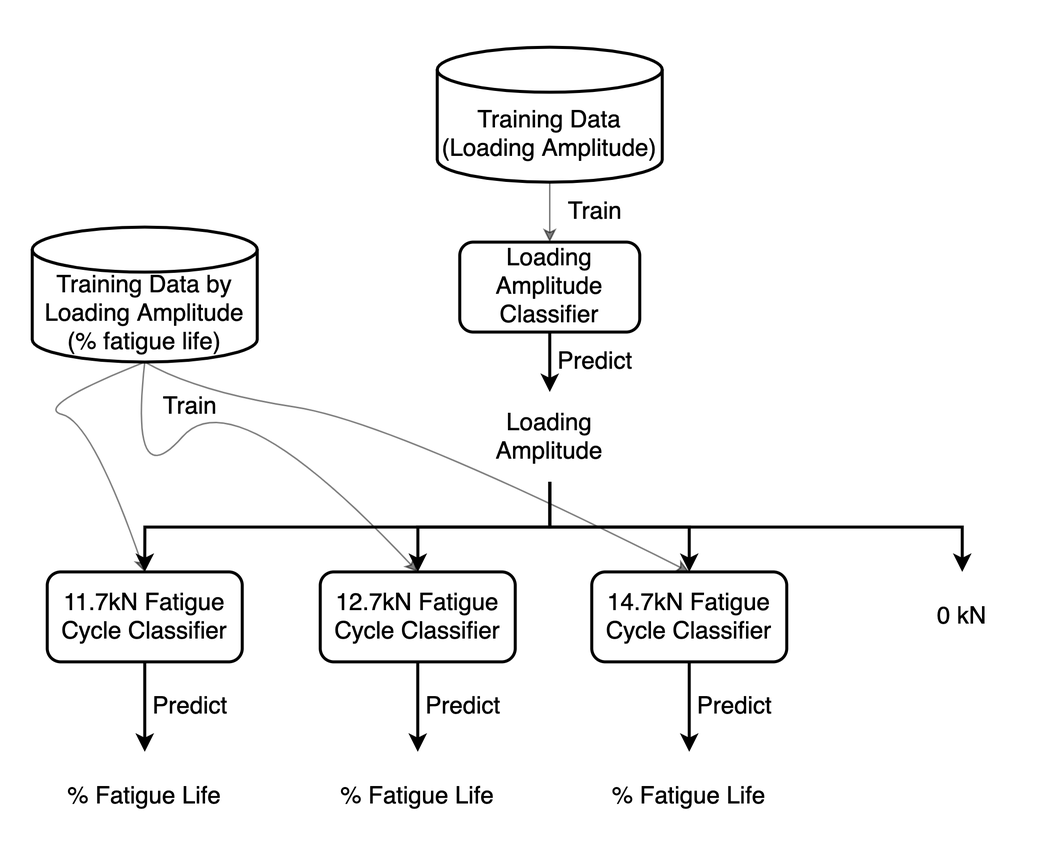
mhhsu2/min-ms-thesis keeps this draw.io diagram as fig/hierarchical_classifier.png. Above is the earlier version. Source tidied: cells renumbered, new cells last; positions are measured from the earlier drawing's top-left corner, leaving out a move shared by most shapes. Source of this version:
```xml
<mxGraphModel>
  <root>
    <mxCell id="0" />
    <mxCell id="1" parent="0" />
    <mxCell id="2" style="whiteSpace=wrap;html=1;rounded=0;dashed=1;fontSize=18;strokeWidth=2;fillColor=none;strokeColor=none;" parent="1" vertex="1">
      <mxGeometry width="670" height="560" as="geometry" />
    </mxCell>
    <mxCell id="3" style="edgeStyle=orthogonalEdgeStyle;rounded=0;jettySize=auto;html=1;fontSize=18;fontColor=#007FFF;strokeColor=#000000;strokeWidth=2;" parent="1" edge="1" source="4" target="27">
      <mxGeometry relative="1" as="geometry" />
    </mxCell>
    <mxCell id="4" value="&lt;span style=&quot;font-size: 16px&quot;&gt;12.7kN&amp;nbsp;&lt;/span&gt;&lt;span style=&quot;font-size: 16px&quot;&gt;Fatigue Cycle Classifier&lt;/span&gt;" style="whiteSpace=wrap;html=1;rounded=1;strokeWidth=2;" parent="1" vertex="1">
      <mxGeometry x="212" y="380" width="130" height="60" as="geometry" />
    </mxCell>
    <mxCell id="5" style="edgeStyle=orthogonalEdgeStyle;rounded=0;jettySize=auto;html=1;fontSize=18;fontColor=#007FFF;strokeColor=#000000;strokeWidth=2;" parent="1" edge="1" source="6" target="28">
      <mxGeometry relative="1" as="geometry" />
    </mxCell>
    <mxCell id="6" value="&lt;span style=&quot;font-size: 16px&quot;&gt;14.7kN&amp;nbsp;&lt;/span&gt;&lt;span style=&quot;font-size: 16px&quot;&gt;Fatigue Cycle Classifier&lt;/span&gt;" style="whiteSpace=wrap;html=1;rounded=1;strokeWidth=2;" parent="1" vertex="1">
      <mxGeometry x="393" y="380" width="130" height="60" as="geometry" />
    </mxCell>
    <mxCell id="7" style="edgeStyle=orthogonalEdgeStyle;rounded=0;jettySize=auto;html=1;fontSize=18;fontColor=#007FFF;strokeWidth=1;opacity=50;" parent="1" edge="1" source="8" target="10">
      <mxGeometry relative="1" as="geometry" />
    </mxCell>
    <mxCell id="8" value="&lt;font style=&quot;font-size: 16px&quot;&gt;Training Data&lt;br&gt;(Loading Amplitude)&lt;br&gt;&lt;/font&gt;" style="shape=cylinder3;whiteSpace=wrap;html=1;boundedLbl=1;backgroundOutline=1;size=15;strokeWidth=2;" parent="1" vertex="1">
      <mxGeometry x="290" y="30" width="150" height="90" as="geometry" />
    </mxCell>
    <mxCell id="9" style="edgeStyle=orthogonalEdgeStyle;rounded=0;jettySize=auto;html=1;fontSize=18;fontColor=#007FFF;strokeColor=#000000;strokeWidth=2;" parent="1" edge="1" source="10" target="17">
      <mxGeometry relative="1" as="geometry" />
    </mxCell>
    <mxCell id="10" value="&lt;span style=&quot;font-size: 16px&quot;&gt;Loading Amplitude Classifier&lt;/span&gt;" style="whiteSpace=wrap;html=1;rounded=1;strokeWidth=2;" parent="1" vertex="1">
      <mxGeometry x="305" y="160" width="120" height="60" as="geometry" />
    </mxCell>
    <mxCell id="11" style="edgeStyle=orthogonalEdgeStyle;rounded=0;jettySize=auto;html=1;fontSize=18;fontColor=#007FFF;strokeColor=#000000;strokeWidth=2;" parent="1" edge="1" source="12" target="26">
      <mxGeometry relative="1" as="geometry" />
    </mxCell>
    <mxCell id="12" value="&lt;span style=&quot;font-size: 16px&quot;&gt;11.7kN&amp;nbsp;&lt;/span&gt;&lt;span style=&quot;font-size: 16px&quot;&gt;Fatigue Cycle Classifier&lt;/span&gt;" style="whiteSpace=wrap;html=1;rounded=1;strokeWidth=2;" parent="1" vertex="1">
      <mxGeometry x="30" y="380" width="130" height="60" as="geometry" />
    </mxCell>
    <mxCell id="13" style="edgeStyle=orthogonalEdgeStyle;rounded=0;jettySize=auto;html=1;fontSize=18;fontColor=#007FFF;strokeColor=#000000;strokeWidth=2;" parent="1" edge="1" source="17" target="4">
      <mxGeometry relative="1" as="geometry" />
    </mxCell>
    <mxCell id="14" style="edgeStyle=orthogonalEdgeStyle;rounded=0;jettySize=auto;html=1;fontSize=18;fontColor=#007FFF;strokeColor=#000000;strokeWidth=2;" parent="1" edge="1" source="17" target="6">
      <mxGeometry relative="1" as="geometry" />
    </mxCell>
    <mxCell id="15" style="edgeStyle=orthogonalEdgeStyle;rounded=0;jettySize=auto;html=1;fontSize=18;fontColor=#007FFF;strokeColor=#000000;strokeWidth=2;entryX=0.5;entryY=0;entryDx=0;entryDy=0;" parent="1" edge="1" source="17" target="12">
      <mxGeometry relative="1" as="geometry">
        <Array as="points">
          <mxPoint x="365" y="350" />
          <mxPoint x="95" y="350" />
        </Array>
      </mxGeometry>
    </mxCell>
    <mxCell id="16" style="edgeStyle=orthogonalEdgeStyle;rounded=0;jettySize=auto;html=1;fontSize=18;fontColor=#007FFF;strokeColor=#000000;strokeWidth=2;" parent="1" edge="1" source="17" target="20">
      <mxGeometry relative="1" as="geometry">
        <Array as="points">
          <mxPoint x="365" y="350" />
          <mxPoint x="640" y="350" />
        </Array>
      </mxGeometry>
    </mxCell>
    <mxCell id="17" value="&lt;span style=&quot;font-size: 16px&quot;&gt;Loading Amplitude&lt;/span&gt;" style="whiteSpace=wrap;html=1;rounded=1;strokeWidth=2;opacity=0;" parent="1" vertex="1">
      <mxGeometry x="305" y="260" width="120" height="60" as="geometry" />
    </mxCell>
    <mxCell id="18" value="Train" style="text;html=1;align=center;verticalAlign=middle;strokeColor=none;fontSize=16;" parent="1" vertex="1">
      <mxGeometry x="370" y="130" width="50" height="20" as="geometry" />
    </mxCell>
    <mxCell id="19" value="Predict" style="text;html=1;align=center;verticalAlign=middle;strokeColor=none;fontSize=16;" parent="1" vertex="1">
      <mxGeometry x="360" y="230" width="70" height="20" as="geometry" />
    </mxCell>
    <mxCell id="20" value="&lt;span style=&quot;font-size: 16px&quot;&gt;0 kN&lt;/span&gt;" style="whiteSpace=wrap;html=1;rounded=1;strokeWidth=2;opacity=0;" parent="1" vertex="1">
      <mxGeometry x="580" y="380" width="120" height="60" as="geometry" />
    </mxCell>
    <mxCell id="21" value="&lt;font style=&quot;font-size: 16px&quot;&gt;Training Data by Loading Amplitude&lt;br&gt;(% fatigue life)&lt;br&gt;&lt;/font&gt;" style="shape=cylinder3;whiteSpace=wrap;html=1;boundedLbl=1;backgroundOutline=1;size=15;strokeWidth=2;" parent="1" vertex="1">
      <mxGeometry x="20" y="150" width="150" height="90" as="geometry" />
    </mxCell>
    <mxCell id="22" style="curved=1;endArrow=classic;html=1;fontSize=18;fontColor=#007FFF;strokeColor=#000000;strokeWidth=1;exitX=0.5;exitY=1;exitDx=0;exitDy=0;exitPerimeter=0;entryX=0.5;entryY=0;entryDx=0;entryDy=0;opacity=50;" parent="1" edge="1" source="21" target="12">
      <mxGeometry relative="1" as="geometry">
        <Array as="points">
          <mxPoint x="20" y="270" />
          <mxPoint x="60" y="280" />
        </Array>
      </mxGeometry>
    </mxCell>
    <mxCell id="23" style="curved=1;endArrow=classic;html=1;fontSize=18;fontColor=#007FFF;strokeColor=#000000;strokeWidth=1;exitX=0.5;exitY=1;exitDx=0;exitDy=0;exitPerimeter=0;opacity=50;entryX=0.5;entryY=0;entryDx=0;entryDy=0;" parent="1" edge="1" source="21" target="4">
      <mxGeometry relative="1" as="geometry">
        <Array as="points">
          <mxPoint x="85" y="330" />
          <mxPoint x="155" y="250" />
        </Array>
      </mxGeometry>
    </mxCell>
    <mxCell id="24" style="curved=1;endArrow=classic;html=1;fontSize=18;fontColor=#007FFF;strokeColor=#000000;strokeWidth=1;opacity=50;entryX=0.5;entryY=0;entryDx=0;entryDy=0;exitX=0.5;exitY=1;exitDx=0;exitDy=0;exitPerimeter=0;" parent="1" edge="1" source="21" target="6">
      <mxGeometry relative="1" as="geometry">
        <Array as="points">
          <mxPoint x="130" y="260" />
          <mxPoint x="260" y="280" />
        </Array>
      </mxGeometry>
    </mxCell>
    <mxCell id="25" value="Train" style="text;html=1;align=center;verticalAlign=middle;strokeColor=none;fontSize=16;" parent="1" vertex="1">
      <mxGeometry x="100" y="260" width="50" height="20" as="geometry" />
    </mxCell>
    <mxCell id="26" value="&lt;span style=&quot;font-size: 16px&quot;&gt;% Fatigue Life&lt;/span&gt;" style="whiteSpace=wrap;html=1;rounded=1;strokeWidth=2;opacity=0;" parent="1" vertex="1">
      <mxGeometry x="35" y="500" width="120" height="60" as="geometry" />
    </mxCell>
    <mxCell id="27" value="&lt;span style=&quot;font-size: 16px&quot;&gt;% Fatigue Life&lt;/span&gt;" style="whiteSpace=wrap;html=1;rounded=1;strokeWidth=2;opacity=0;" parent="1" vertex="1">
      <mxGeometry x="217" y="500" width="120" height="60" as="geometry" />
    </mxCell>
    <mxCell id="28" value="&lt;span style=&quot;font-size: 16px&quot;&gt;% Fatigue Life&lt;/span&gt;" style="whiteSpace=wrap;html=1;rounded=1;strokeWidth=2;opacity=0;" parent="1" vertex="1">
      <mxGeometry x="398" y="500" width="120" height="60" as="geometry" />
    </mxCell>
    <mxCell id="29" value="Predict" style="text;html=1;align=center;verticalAlign=middle;strokeColor=none;fontSize=16;" parent="1" vertex="1">
      <mxGeometry x="90" y="460" width="70" height="20" as="geometry" />
    </mxCell>
    <mxCell id="30" value="Predict" style="text;html=1;align=center;verticalAlign=middle;strokeColor=none;fontSize=16;" parent="1" vertex="1">
      <mxGeometry x="272" y="460" width="70" height="20" as="geometry" />
    </mxCell>
    <mxCell id="31" value="Predict" style="text;html=1;align=center;verticalAlign=middle;strokeColor=none;fontSize=16;" parent="1" vertex="1">
      <mxGeometry x="453" y="460" width="70" height="20" as="geometry" />
    </mxCell>
  </root>
</mxGraphModel>
```
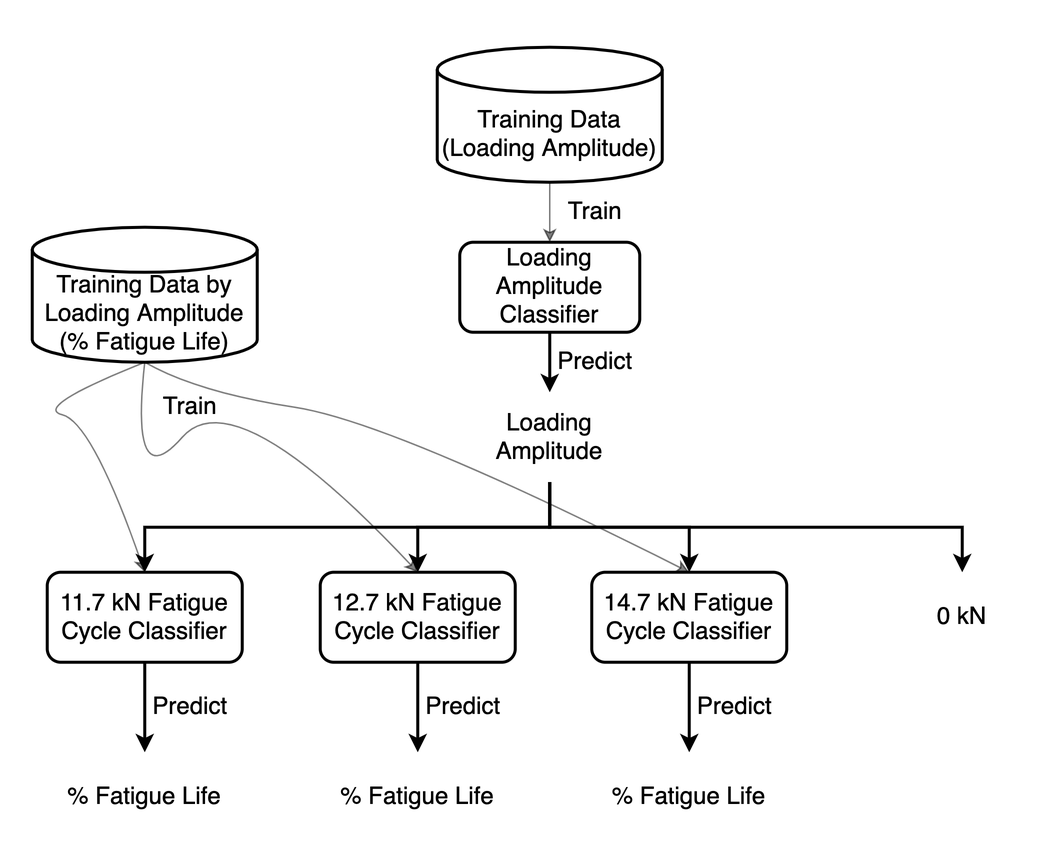
The same diagram one commit later.

Change to the diagram source:
```diff
@@ -8,13 +8,13 @@
     <mxCell id="3" style="edgeStyle=orthogonalEdgeStyle;rounded=0;jettySize=auto;html=1;fontSize=18;fontColor=#007FFF;strokeColor=#000000;strokeWidth=2;" parent="1" edge="1" source="4" target="27">
       <mxGeometry relative="1" as="geometry" />
     </mxCell>
-    <mxCell id="4" value="&lt;span style=&quot;font-size: 16px&quot;&gt;12.7kN&amp;nbsp;&lt;/span&gt;&lt;span style=&quot;font-size: 16px&quot;&gt;Fatigue Cycle Classifier&lt;/span&gt;" style="whiteSpace=wrap;html=1;rounded=1;strokeWidth=2;" parent="1" vertex="1">
+    <mxCell id="4" value="&lt;span style=&quot;font-size: 16px&quot;&gt;12.7 kN&amp;nbsp;&lt;/span&gt;&lt;span style=&quot;font-size: 16px&quot;&gt;Fatigue Cycle Classifier&lt;/span&gt;" style="whiteSpace=wrap;html=1;rounded=1;strokeWidth=2;" parent="1" vertex="1">
       <mxGeometry x="212" y="380" width="130" height="60" as="geometry" />
     </mxCell>
     <mxCell id="5" style="edgeStyle=orthogonalEdgeStyle;rounded=0;jettySize=auto;html=1;fontSize=18;fontColor=#007FFF;strokeColor=#000000;strokeWidth=2;" parent="1" edge="1" source="6" target="28">
       <mxGeometry relative="1" as="geometry" />
     </mxCell>
-    <mxCell id="6" value="&lt;span style=&quot;font-size: 16px&quot;&gt;14.7kN&amp;nbsp;&lt;/span&gt;&lt;span style=&quot;font-size: 16px&quot;&gt;Fatigue Cycle Classifier&lt;/span&gt;" style="whiteSpace=wrap;html=1;rounded=1;strokeWidth=2;" parent="1" vertex="1">
+    <mxCell id="6" value="&lt;span style=&quot;font-size: 16px&quot;&gt;14.7 kN&amp;nbsp;&lt;/span&gt;&lt;span style=&quot;font-size: 16px&quot;&gt;Fatigue Cycle Classifier&lt;/span&gt;" style="whiteSpace=wrap;html=1;rounded=1;strokeWidth=2;" parent="1" vertex="1">
       <mxGeometry x="393" y="380" width="130" height="60" as="geometry" />
     </mxCell>
     <mxCell id="7" style="edgeStyle=orthogonalEdgeStyle;rounded=0;jettySize=auto;html=1;fontSize=18;fontColor=#007FFF;strokeWidth=1;opacity=50;" parent="1" edge="1" source="8" target="10">
@@ -32,7 +32,7 @@
     <mxCell id="11" style="edgeStyle=orthogonalEdgeStyle;rounded=0;jettySize=auto;html=1;fontSize=18;fontColor=#007FFF;strokeColor=#000000;strokeWidth=2;" parent="1" edge="1" source="12" target="26">
       <mxGeometry relative="1" as="geometry" />
     </mxCell>
-    <mxCell id="12" value="&lt;span style=&quot;font-size: 16px&quot;&gt;11.7kN&amp;nbsp;&lt;/span&gt;&lt;span style=&quot;font-size: 16px&quot;&gt;Fatigue Cycle Classifier&lt;/span&gt;" style="whiteSpace=wrap;html=1;rounded=1;strokeWidth=2;" parent="1" vertex="1">
+    <mxCell id="12" value="&lt;span style=&quot;font-size: 16px&quot;&gt;11.7 kN&amp;nbsp;&lt;/span&gt;&lt;span style=&quot;font-size: 16px&quot;&gt;Fatigue Cycle Classifier&lt;/span&gt;" style="whiteSpace=wrap;html=1;rounded=1;strokeWidth=2;" parent="1" vertex="1">
       <mxGeometry x="30" y="380" width="130" height="60" as="geometry" />
     </mxCell>
     <mxCell id="13" style="edgeStyle=orthogonalEdgeStyle;rounded=0;jettySize=auto;html=1;fontSize=18;fontColor=#007FFF;strokeColor=#000000;strokeWidth=2;" parent="1" edge="1" source="17" target="4">
@@ -69,7 +69,7 @@
     <mxCell id="20" value="&lt;span style=&quot;font-size: 16px&quot;&gt;0 kN&lt;/span&gt;" style="whiteSpace=wrap;html=1;rounded=1;strokeWidth=2;opacity=0;" parent="1" vertex="1">
       <mxGeometry x="580" y="380" width="120" height="60" as="geometry" />
     </mxCell>
-    <mxCell id="21" value="&lt;font style=&quot;font-size: 16px&quot;&gt;Training Data by Loading Amplitude&lt;br&gt;(% fatigue life)&lt;br&gt;&lt;/font&gt;" style="shape=cylinder3;whiteSpace=wrap;html=1;boundedLbl=1;backgroundOutline=1;size=15;strokeWidth=2;" parent="1" vertex="1">
+    <mxCell id="21" value="&lt;font style=&quot;font-size: 16px&quot;&gt;Training Data by Loading Amplitude&lt;br&gt;(% Fatigue Life)&lt;br&gt;&lt;/font&gt;" style="shape=cylinder3;whiteSpace=wrap;html=1;boundedLbl=1;backgroundOutline=1;size=15;strokeWidth=2;" parent="1" vertex="1">
       <mxGeometry x="20" y="150" width="150" height="90" as="geometry" />
     </mxCell>
     <mxCell id="22" style="curved=1;endArrow=classic;html=1;fontSize=18;fontColor=#007FFF;strokeColor=#000000;strokeWidth=1;exitX=0.5;exitY=1;exitDx=0;exitDy=0;exitPerimeter=0;entryX=0.5;entryY=0;entryDx=0;entryDy=0;opacity=50;" parent="1" edge="1" source="21" target="12">
```
